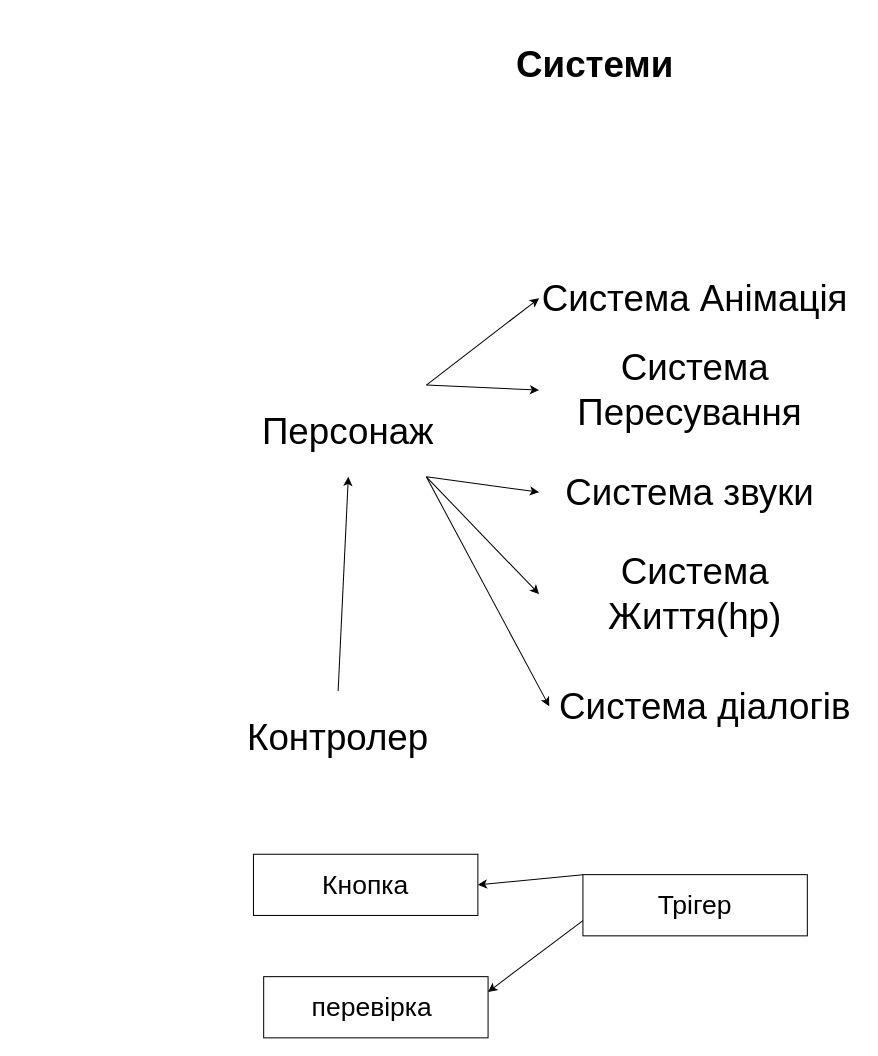
Before: page "Сторінка-2" (2 of 3) of Assets/Дизайн документ.drawio in Pelmen-hub/My-final-project, a draw.io diagram. Source tidied: cells renumbered, new cells numbered last; positions are measured from the earlier drawing's top-left corner, leaving out a move shared by most shapes. Both pictures are drawn from the tidied source at 102%, with x=0, y=0 at pixel (182, 17).
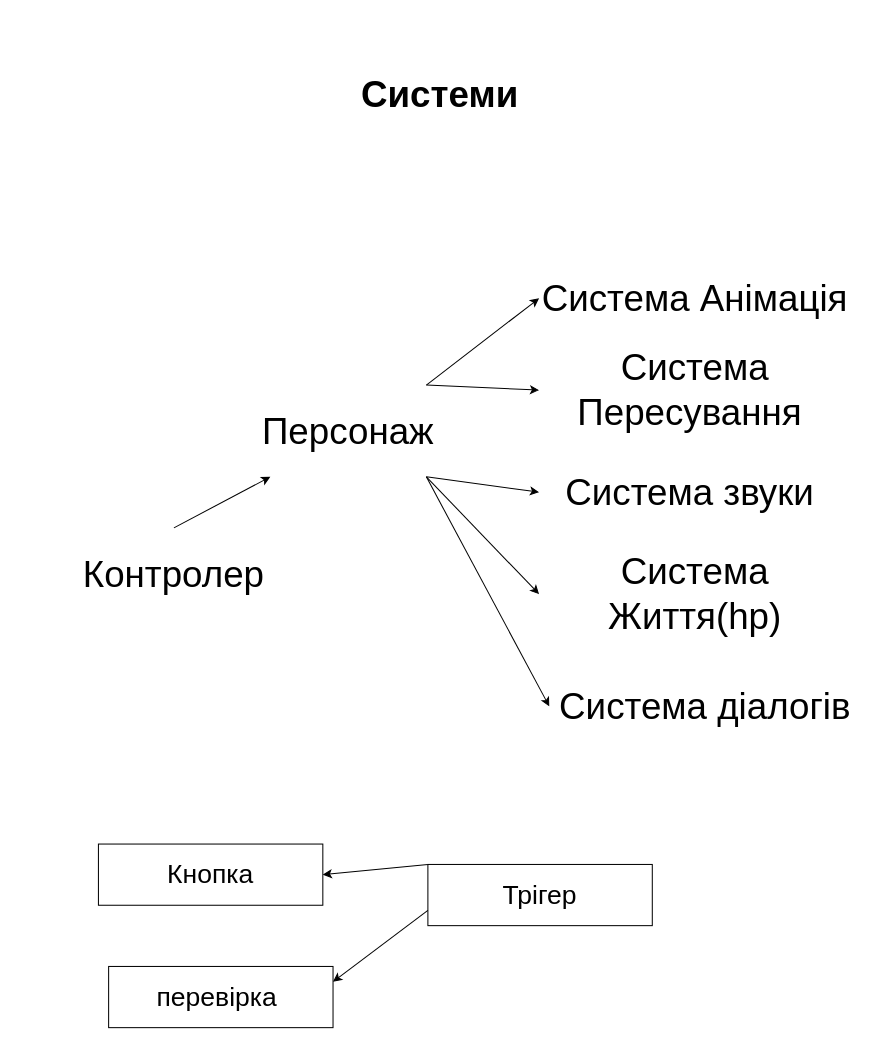
The same diagram, later.

Unchanged cells that the change refers to:
```xml
<mxCell id="3" value="&lt;span style=&quot;font-size: 36px;&quot;&gt;Персонаж&lt;/span&gt;" style="text;html=1;strokeColor=none;fillColor=none;align=center;verticalAlign=middle;whiteSpace=wrap;rounded=0;" parent="1" vertex="1">
  <mxGeometry x="10" y="360" width="306" height="90" as="geometry" />
</mxCell>
```

The edit, as a diff of the source:
```diff
@@
     <mxCell id="2" value="&lt;span style=&quot;font-size: 36px;&quot;&gt;&lt;b&gt;Системи&lt;/b&gt;&lt;/span&gt;" style="text;html=1;strokeColor=none;fillColor=none;align=center;verticalAlign=middle;whiteSpace=wrap;rounded=0;" parent="1" vertex="1">
-      <mxGeometry x="252" width="306" height="90" as="geometry" />
+      <mxGeometry x="100" y="30" width="306" height="90" as="geometry" />
     </mxCell>
@@
     <mxCell id="14" value="&lt;span style=&quot;font-size: 36px;&quot;&gt;Контролер&lt;/span&gt;" style="text;html=1;strokeColor=none;fillColor=none;align=center;verticalAlign=middle;whiteSpace=wrap;rounded=0;" parent="1" vertex="1">
-      <mxGeometry y="660" width="306" height="90" as="geometry" />
+      <mxGeometry x="-161" y="500" width="306" height="90" as="geometry" />
     </mxCell>
-    <mxCell id="15" style="endArrow=classic;html=1;rounded=0;fontSize=26;entryX=0.5;entryY=1;entryDx=0;entryDy=0;exitX=0.5;exitY=0;exitDx=0;exitDy=0;" parent="1" edge="1" source="14" target="3">
+    <mxCell id="15" style="endArrow=classic;html=1;rounded=0;fontSize=26;entryX=0.25;entryY=1;entryDx=0;entryDy=0;exitX=0.5;exitY=0;exitDx=0;exitDy=0;" parent="1" edge="1" source="14" target="3">
       <mxGeometry relative="1" as="geometry" />
     </mxCell>
     <mxCell id="16" value="Трігер" style="rounded=0;whiteSpace=wrap;html=1;fontSize=26;" parent="1" vertex="1">
-      <mxGeometry x="393" y="840" width="220" height="60" as="geometry" />
+      <mxGeometry x="241" y="830" width="220" height="60" as="geometry" />
     </mxCell>
@@
     <mxCell id="18" value="Кнопка" style="rounded=0;whiteSpace=wrap;html=1;fontSize=26;" parent="1" vertex="1">
-      <mxGeometry x="70" y="820" width="220" height="60" as="geometry" />
+      <mxGeometry x="-82" y="810" width="220" height="60" as="geometry" />
     </mxCell>
     <mxCell id="19" value="перевірка&amp;nbsp;" style="rounded=0;whiteSpace=wrap;html=1;fontSize=26;" parent="1" vertex="1">
-      <mxGeometry x="80" y="940" width="220" height="60" as="geometry" />
+      <mxGeometry x="-72" y="930" width="220" height="60" as="geometry" />
     </mxCell>
```
